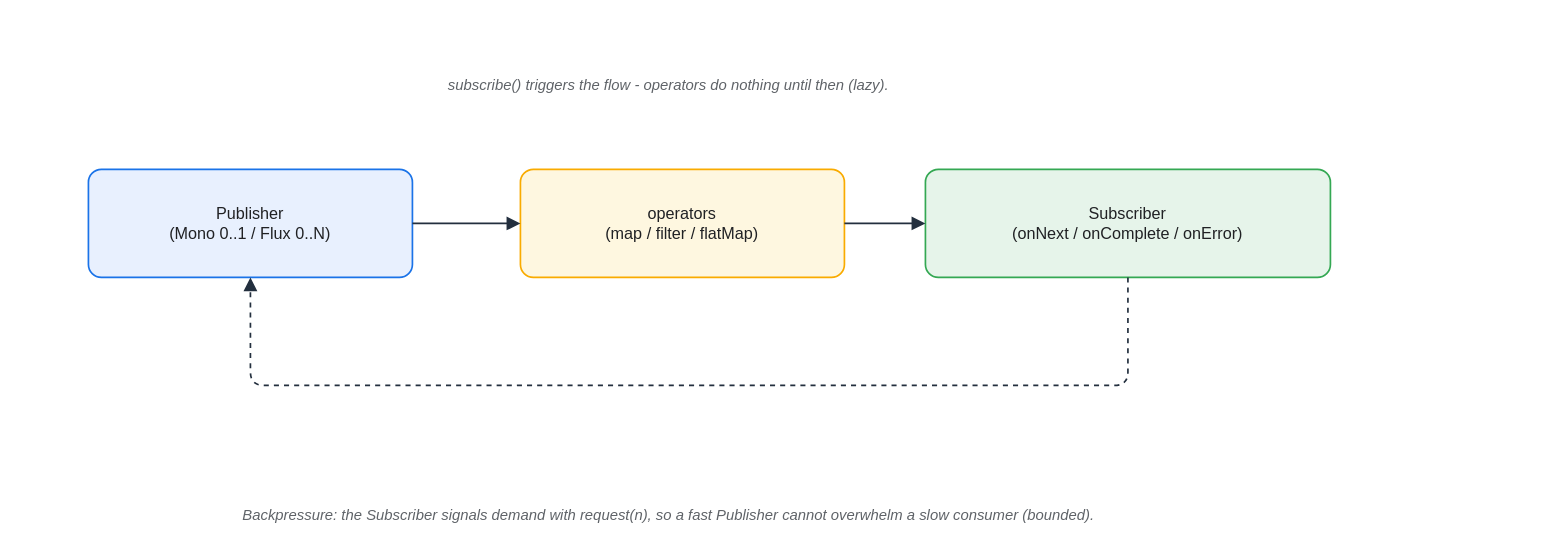
The draw.io diagram assets/img/spring/spring-10-mono-flux-backpressure.drawio in KKamJi98/kkamji98.github.io, before the edit. Source tidied: cells renumbered, new cells numbered last; positions are measured from the earlier drawing's top-left corner, leaving out a move shared by most shapes. Both pictures are drawn from the tidied source at 135%, with x=0, y=0 at pixel (88, 61).
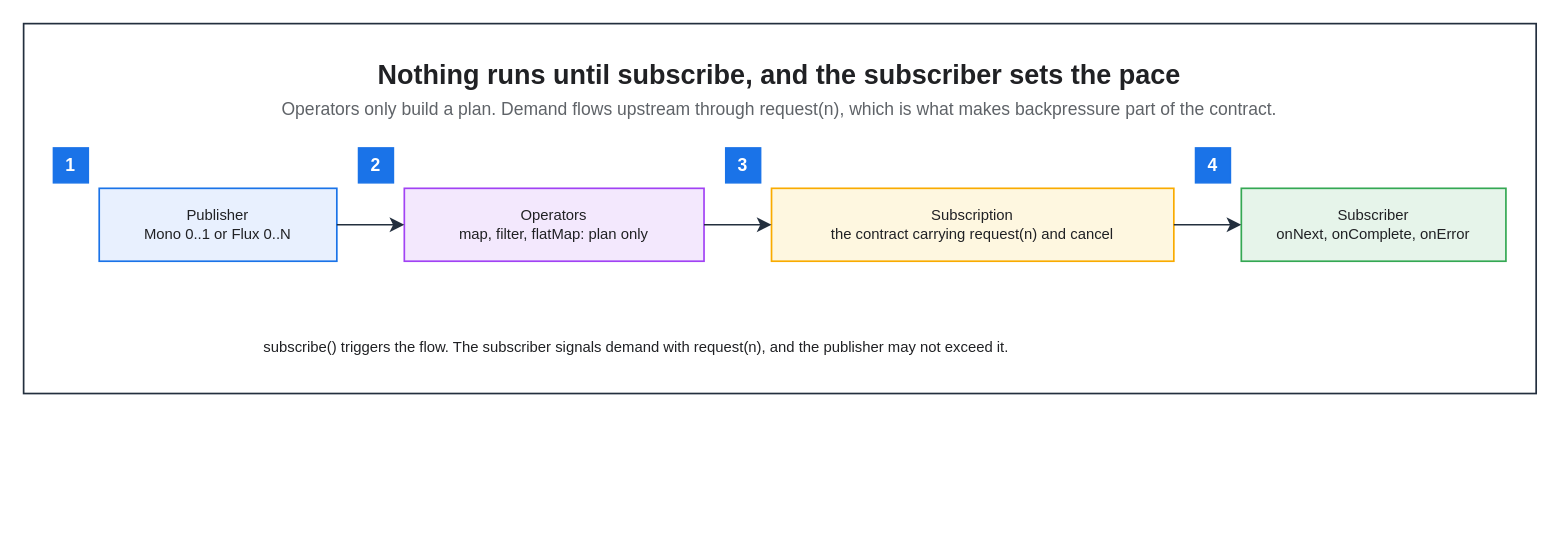
The same diagram, later.

Diff of the diagram source:
```diff
@@
 <mxGraphModel background="#FFFFFF">
   <root>
     <mxCell id="0" />
     <mxCell id="1" parent="0" />
+    <mxCell id="10" style="rounded=0;html=0;fillColor=none;strokeColor=#232F3E;fontColor=#202124;strokeWidth=1.25;" parent="1" vertex="1">
+      <mxGeometry x="-48" y="-28" width="1120.4" height="274" as="geometry" />
+    </mxCell>
+    <mxCell id="11" value="Nothing runs until subscribe, and the subscriber sets the pace" style="text;html=0;whiteSpace=wrap;fillColor=none;strokeColor=none;fontColor=#202124;fontSize=20;fontStyle=1;align=center;verticalAlign=middle;" parent="1" vertex="1">
+      <mxGeometry x="-26" y="-6" width="1076.4" height="30" as="geometry" />
+    </mxCell>
+    <mxCell id="12" value="Operators only build a plan. Demand flows upstream through request(n), which is what makes backpressure part of the contract." style="text;html=0;whiteSpace=wrap;fillColor=none;strokeColor=none;fontColor=#5F6368;fontSize=13;fontStyle=0;align=center;verticalAlign=middle;" parent="1" vertex="1">
+      <mxGeometry x="-26" y="24" width="1076.4" height="22" as="geometry" />
+    </mxCell>
-    <mxCell id="2" value="Publisher&#10;(Mono 0..1 / Flux 0..N)" style="rounded=1;whiteSpace=wrap;html=0;arcSize=12;shadow=0;fillColor=#E8F0FE;strokeColor=#1A73E8;fontColor=#202124;strokeWidth=1.25;" parent="1" vertex="1">
-      <mxGeometry y="80" width="240" height="80" as="geometry" />
+    <mxCell id="2" value="Publisher&#10;Mono 0..1 or Flux 0..N" style="rounded=0;whiteSpace=wrap;html=0;fillColor=#E8F0FE;strokeColor=#1A73E8;fontColor=#202124;fontSize=11;fontStyle=0;align=center;verticalAlign=middle;spacingLeft=6;spacingRight=6;strokeWidth=1.25;" parent="1" vertex="1">
+      <mxGeometry x="8" y="94" width="176" height="54" as="geometry" />
     </mxCell>
-    <mxCell id="3" value="operators&#10;(map / filter / flatMap)" style="rounded=1;whiteSpace=wrap;html=0;arcSize=12;shadow=0;fillColor=#FEF7E0;strokeColor=#F9AB00;fontColor=#202124;strokeWidth=1.25;" parent="1" vertex="1">
-      <mxGeometry x="320" y="80" width="240" height="80" as="geometry" />
+    <mxCell id="3" value="Operators&#10;map, filter, flatMap: plan only" style="rounded=0;whiteSpace=wrap;html=0;fillColor=#F3E8FD;strokeColor=#A142F4;fontColor=#202124;fontSize=11;fontStyle=0;align=center;verticalAlign=middle;spacingLeft=6;spacingRight=6;strokeWidth=1.25;" parent="1" vertex="1">
+      <mxGeometry x="234" y="94" width="222" height="54" as="geometry" />
     </mxCell>
-    <mxCell id="4" value="Subscriber&#10;(onNext / onComplete / onError)" style="rounded=1;whiteSpace=wrap;html=0;arcSize=12;shadow=0;fillColor=#E6F4EA;strokeColor=#34A853;fontColor=#202124;strokeWidth=1.25;" parent="1" vertex="1">
-      <mxGeometry x="620" y="80" width="300" height="80" as="geometry" />
+    <mxCell id="4" value="Subscriber&#10;onNext, onComplete, onError" style="rounded=0;whiteSpace=wrap;html=0;fillColor=#E6F4EA;strokeColor=#34A853;fontColor=#202124;fontSize=11;fontStyle=0;align=center;verticalAlign=middle;spacingLeft=6;spacingRight=6;strokeWidth=1.25;" parent="1" vertex="1">
+      <mxGeometry x="854" y="94" width="196" height="54" as="geometry" />
     </mxCell>
-    <mxCell id="5" value="subscribe() triggers the flow - operators do nothing until then (lazy)." style="text;html=0;align=center;verticalAlign=middle;whiteSpace=wrap;fontSize=11;fontColor=#5F6368;fontStyle=2;" parent="1" vertex="1">
-      <mxGeometry width="860" height="35" as="geometry" />
-    </mxCell>
-    <mxCell id="6" value="Backpressure: the Subscriber signals demand with request(n), so a fast Publisher cannot overwhelm a slow consumer (bounded)." style="text;html=0;align=center;verticalAlign=middle;whiteSpace=wrap;fontSize=11;fontColor=#5F6368;fontStyle=2;" parent="1" vertex="1">
-      <mxGeometry y="320" width="860" height="32" as="geometry" />
-    </mxCell>
+    <mxCell id="13" value="subscribe() triggers the flow. The subscriber signals demand with request(n), and the publisher may not exceed it." style="text;html=0;whiteSpace=wrap;fillColor=none;strokeColor=none;fontColor=#202124;fontSize=11;fontStyle=0;align=center;verticalAlign=middle;" parent="1" vertex="1">
+      <mxGeometry x="8" y="200" width="796" height="24" as="geometry" />
+    </mxCell>
+    <mxCell id="14" value="Subscription&#10;the contract carrying request(n) and cancel" style="rounded=0;whiteSpace=wrap;html=0;fillColor=#FEF7E0;strokeColor=#F9AB00;fontColor=#202124;fontSize=11;fontStyle=0;align=center;verticalAlign=middle;spacingLeft=6;spacingRight=6;strokeWidth=1.25;" parent="1" vertex="1">
+      <mxGeometry x="506" y="94" width="298" height="54" as="geometry" />
+    </mxCell>
+    <mxCell id="15" value="1" style="rounded=0;whiteSpace=wrap;html=0;fillColor=#1A73E8;strokeColor=#1A73E8;fontColor=#FFFFFF;fontSize=13;fontStyle=1;align=center;verticalAlign=middle;" parent="1" vertex="1">
+      <mxGeometry x="-26" y="64" width="26" height="26" as="geometry" />
+    </mxCell>
+    <mxCell id="16" value="2" style="rounded=0;whiteSpace=wrap;html=0;fillColor=#1A73E8;strokeColor=#1A73E8;fontColor=#FFFFFF;fontSize=13;fontStyle=1;align=center;verticalAlign=middle;" parent="1" vertex="1">
+      <mxGeometry x="200" y="64" width="26" height="26" as="geometry" />
+    </mxCell>
+    <mxCell id="17" value="4" style="rounded=0;whiteSpace=wrap;html=0;fillColor=#1A73E8;strokeColor=#1A73E8;fontColor=#FFFFFF;fontSize=13;fontStyle=1;align=center;verticalAlign=middle;" parent="1" vertex="1">
+      <mxGeometry x="820" y="64" width="26" height="26" as="geometry" />
+    </mxCell>
+    <mxCell id="18" value="3" style="rounded=0;whiteSpace=wrap;html=0;fillColor=#1A73E8;strokeColor=#1A73E8;fontColor=#FFFFFF;fontSize=13;fontStyle=1;align=center;verticalAlign=middle;" parent="1" vertex="1">
+      <mxGeometry x="472" y="64" width="26" height="26" as="geometry" />
+    </mxCell>
-    <mxCell id="7" style="edgeStyle=orthogonalEdgeStyle;rounded=1;html=0;fontColor=#202124;strokeColor=#232F3E;labelBackgroundColor=none;endArrow=block;exitX=1;exitY=0.5;exitDx=0;exitDy=0;entryX=0;entryY=0.5;entryDx=0;entryDy=0;strokeWidth=1.25;endSize=7;" parent="1" edge="1" source="2" target="3">
+    <mxCell id="7" style="edgeStyle=orthogonalEdgeStyle;rounded=0;html=0;strokeColor=#232F3E;strokeWidth=1.25;endArrow=classic;endFill=1;endSize=7;fontSize=11;fontColor=#202124;labelBackgroundColor=none;jettySize=14;exitX=1;exitY=0.5;entryX=0;entryY=0.5;exitDx=0;exitDy=0;entryDx=0;entryDy=0;" parent="1" edge="1" source="2" target="3">
       <mxGeometry relative="1" as="geometry" />
     </mxCell>
-    <mxCell id="8" style="edgeStyle=orthogonalEdgeStyle;rounded=1;html=0;fontColor=#202124;strokeColor=#232F3E;labelBackgroundColor=none;endArrow=block;exitX=1;exitY=0.5;exitDx=0;exitDy=0;entryX=0;entryY=0.5;entryDx=0;entryDy=0;strokeWidth=1.25;endSize=7;" parent="1" edge="1" source="3" target="4">
-      <mxGeometry relative="1" as="geometry" />
-    </mxCell>
-    <mxCell id="9" style="edgeStyle=orthogonalEdgeStyle;rounded=1;html=0;dashed=1;fontColor=#202124;strokeColor=#232F3E;labelBackgroundColor=none;endArrow=block;exitX=0.5;exitY=1;exitDx=0;exitDy=0;entryX=0.5;entryY=1;entryDx=0;entryDy=0;strokeWidth=1.25;endSize=7;" parent="1" edge="1" source="4" target="2">
-      <mxGeometry relative="1" as="geometry">
-        <Array as="points">
-          <mxPoint x="770" y="240" />
-          <mxPoint x="740" y="240" />
-          <mxPoint x="120" y="240" />
-        </Array>
-      </mxGeometry>
-    </mxCell>
+    <mxCell id="19" style="edgeStyle=orthogonalEdgeStyle;rounded=0;html=0;strokeColor=#232F3E;strokeWidth=1.25;endArrow=classic;endFill=1;endSize=7;fontSize=11;fontColor=#202124;labelBackgroundColor=none;jettySize=14;exitX=1;exitY=0.5;entryX=0;entryY=0.5;exitDx=0;exitDy=0;entryDx=0;entryDy=0;" parent="1" edge="1" source="3" target="14">
+      <mxGeometry relative="1" as="geometry" />
+    </mxCell>
+    <mxCell id="20" style="edgeStyle=orthogonalEdgeStyle;rounded=0;html=0;strokeColor=#232F3E;strokeWidth=1.25;endArrow=classic;endFill=1;endSize=7;fontSize=11;fontColor=#202124;labelBackgroundColor=none;jettySize=14;exitX=1;exitY=0.5;entryX=0;entryY=0.5;exitDx=0;exitDy=0;entryDx=0;entryDy=0;" parent="1" edge="1" source="14" target="4">
+      <mxGeometry relative="1" as="geometry" />
+    </mxCell>
   </root>
 </mxGraphModel>
```
